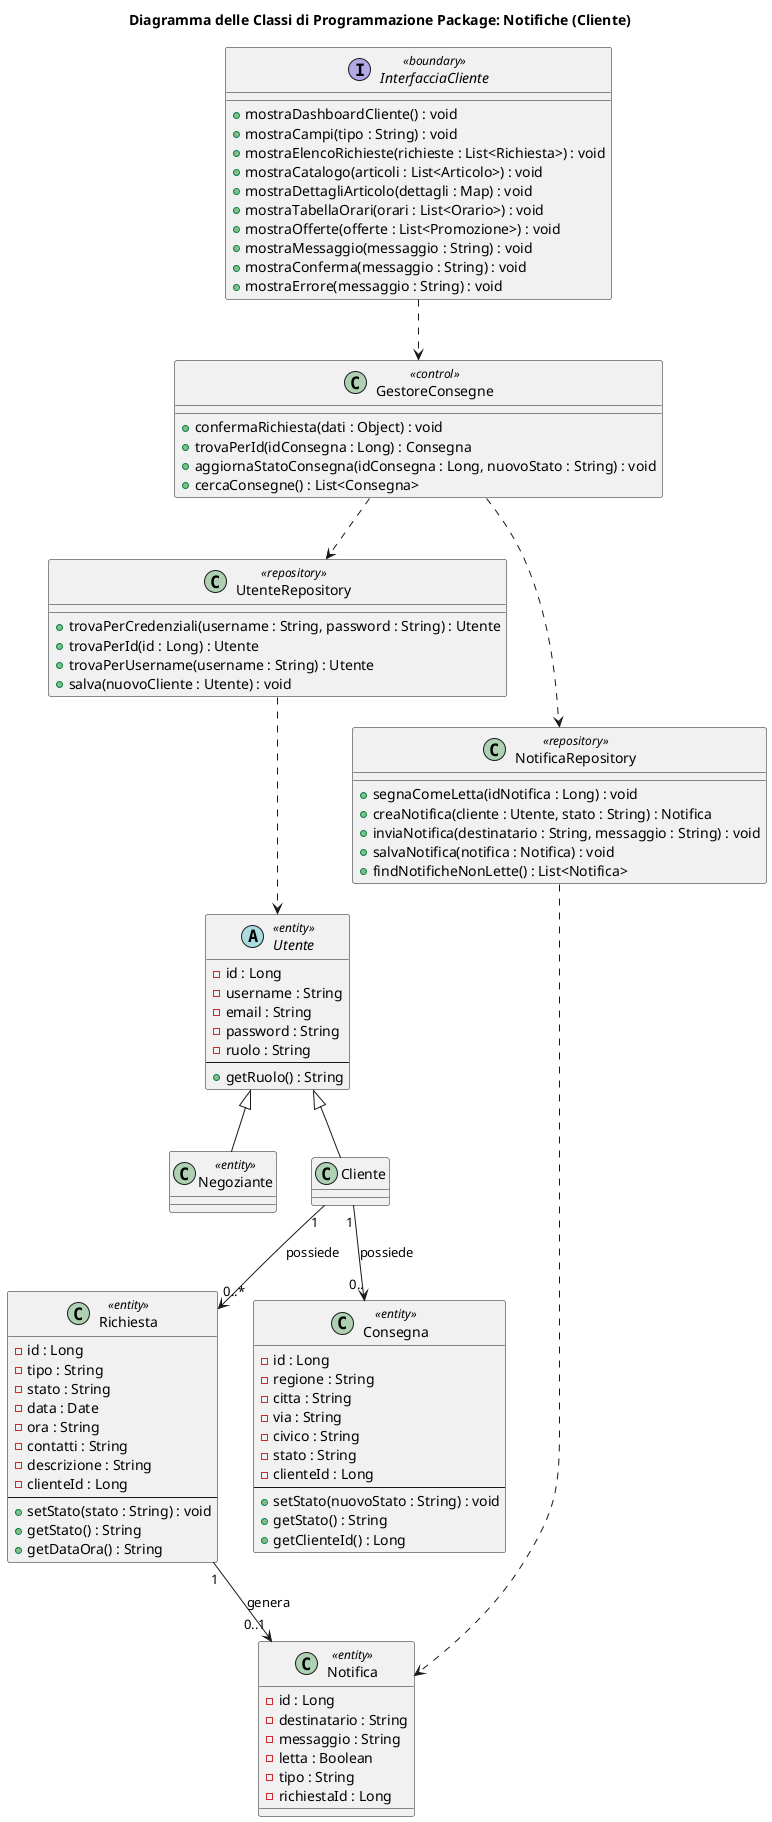
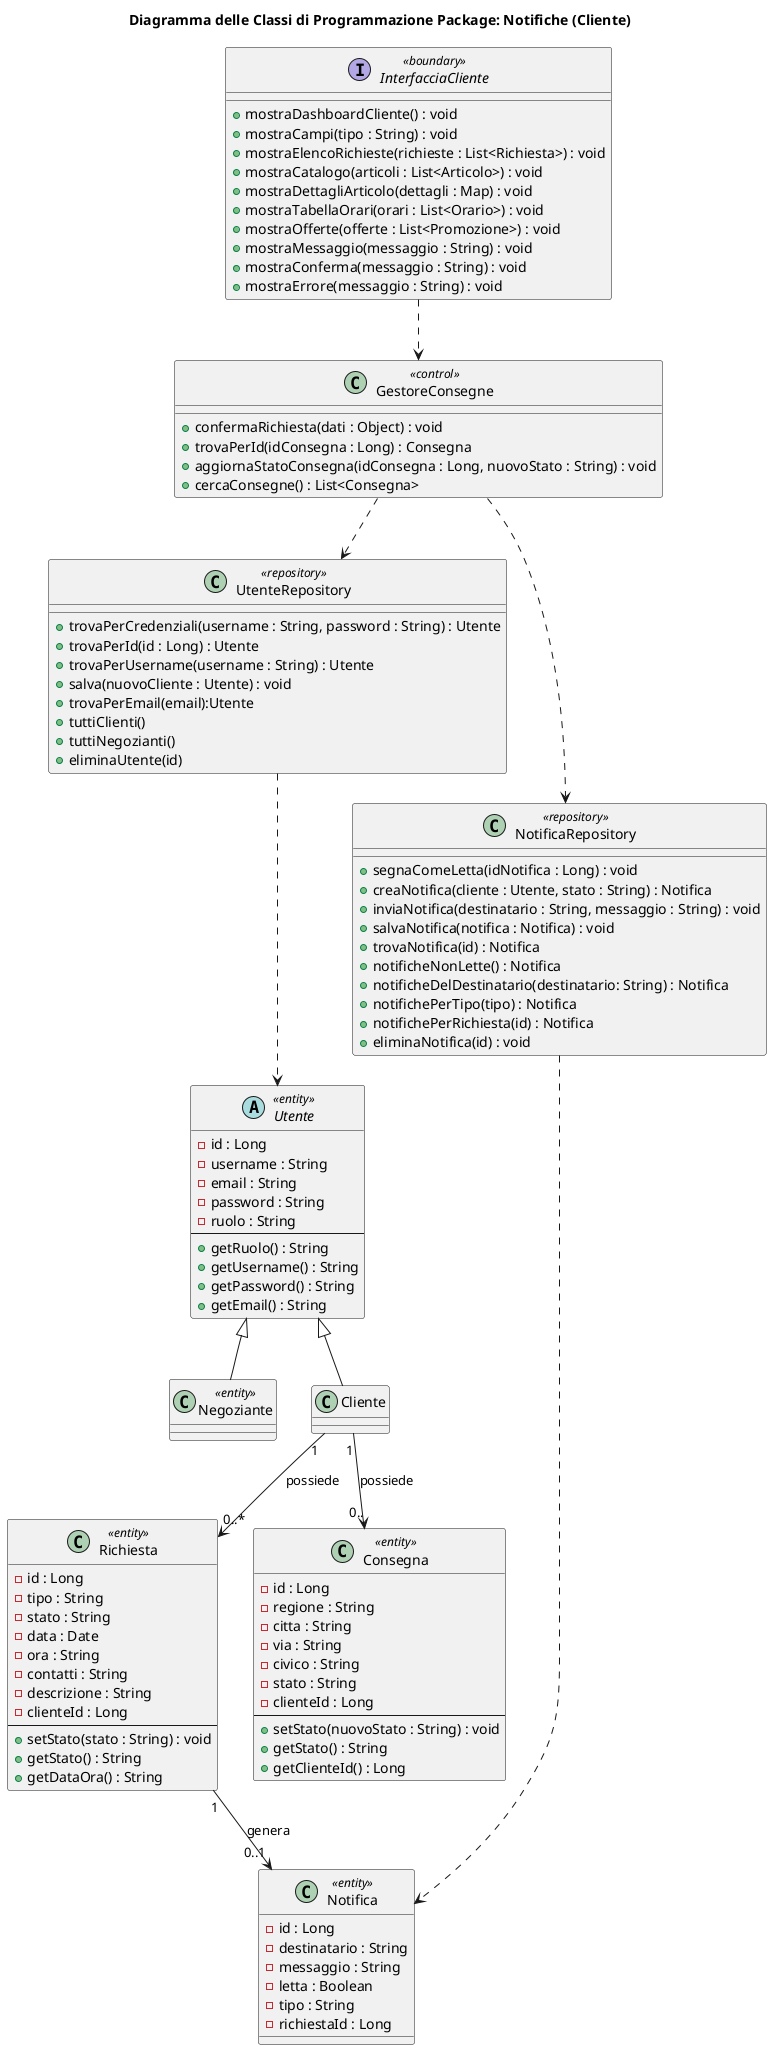
@startuml

abstract Utente <<entity>>
class Negoziante <<entity>>
class Richiesta <<entity>>
class Consegna <<entity>>
class Notifica <<entity>>

title Diagramma delle Classi di Programmazione Package: Notifiche (Cliente)

interface "InterfacciaCliente" <<boundary>> {
    ' Dashboard
    + mostraDashboardCliente() : void
    ' Gestione richieste
    + mostraCampi(tipo : String) : void
    + mostraElencoRichieste(richieste : List<Richiesta>) : void
    ' Visualizzazione
    + mostraCatalogo(articoli : List<Articolo>) : void
    + mostraDettagliArticolo(dettagli : Map) : void
    + mostraTabellaOrari(orari : List<Orario>) : void
    + mostraOfferte(offerte : List<Promozione>) : void
    + mostraMessaggio(messaggio : String) : void
    + mostraConferma(messaggio : String) : void
    + mostraErrore(messaggio : String) : void
}
class GestoreConsegne <<control>> {
    + confermaRichiesta(dati : Object) : void
    + trovaPerId(idConsegna : Long) : Consegna
    + aggiornaStatoConsegna(idConsegna : Long, nuovoStato : String) : void
    + cercaConsegne() : List<Consegna>
}
class UtenteRepository <<repository>> {
-     ' Gestione generica utenti
    + trovaPerCredenziali(username : String, password : String) : Utente
    + trovaPerId(id : Long) : Utente
    + trovaPerUsername(username : String) : Utente
    + salva(nuovoCliente : Utente) : void
+     + trovaPerEmail(email):Utente
+     + tuttiClienti()
+     + tuttiNegozianti()
+     + eliminaUtente(id)
}
class NotificaRepository <<repository>> {
    + segnaComeLetta(idNotifica : Long) : void
    + creaNotifica(cliente : Utente, stato : String) : Notifica
    + inviaNotifica(destinatario : String, messaggio : String) : void
    + salvaNotifica(notifica : Notifica) : void
-     + findNotificheNonLette() : List<Notifica>
+     + trovaNotifica(id) : Notifica
+     + notificheNonLette() : Notifica
+     + notificheDelDestinatario(destinatario: String) : Notifica
+     + notifichePerTipo(tipo) : Notifica
+     + notifichePerRichiesta(id) : Notifica
+     + eliminaNotifica(id) : void
}

- abstract Utente {
+ abstract class Utente <<entity>> {
    - id : Long
    - username : String
    - email : String
    - password : String
    - ruolo : String
    --
    + getRuolo() : String
+     + getUsername() : String
+     + getPassword() : String
+     + getEmail() : String
}

class Cliente {
}

class Negoziante {
}
class Notifica {
    - id : Long
    - destinatario : String
    - messaggio : String
    - letta : Boolean
    - tipo : String
    - richiestaId : Long
}
class Richiesta {
    - id : Long
    - tipo : String
    - stato : String
    - data : Date
    - ora : String
    - contatti : String
    - descrizione : String
    - clienteId : Long
    --
    + setStato(stato : String) : void
    + getStato() : String
    + getDataOra() : String
}

class Consegna {
    - id : Long
    - regione : String
    - citta : String
    - via : String
    - civico : String
    - stato : String
    - clienteId : Long
    --
    + setStato(nuovoStato : String) : void
    + getStato() : String
    + getClienteId() : Long
}

InterfacciaCliente ..> GestoreConsegne
GestoreConsegne ..> NotificaRepository
NotificaRepository ..> Notifica

GestoreConsegne ..> UtenteRepository
UtenteRepository ..>Utente
Utente <|-- Cliente
Utente <|-- Negoziante
Cliente "1" --> "0.." Consegna :possiede
Cliente "1" --> "0..*" Richiesta :possiede
Richiesta "1" --> "0..1" Notifica :genera

- @enduml
+ @enduml